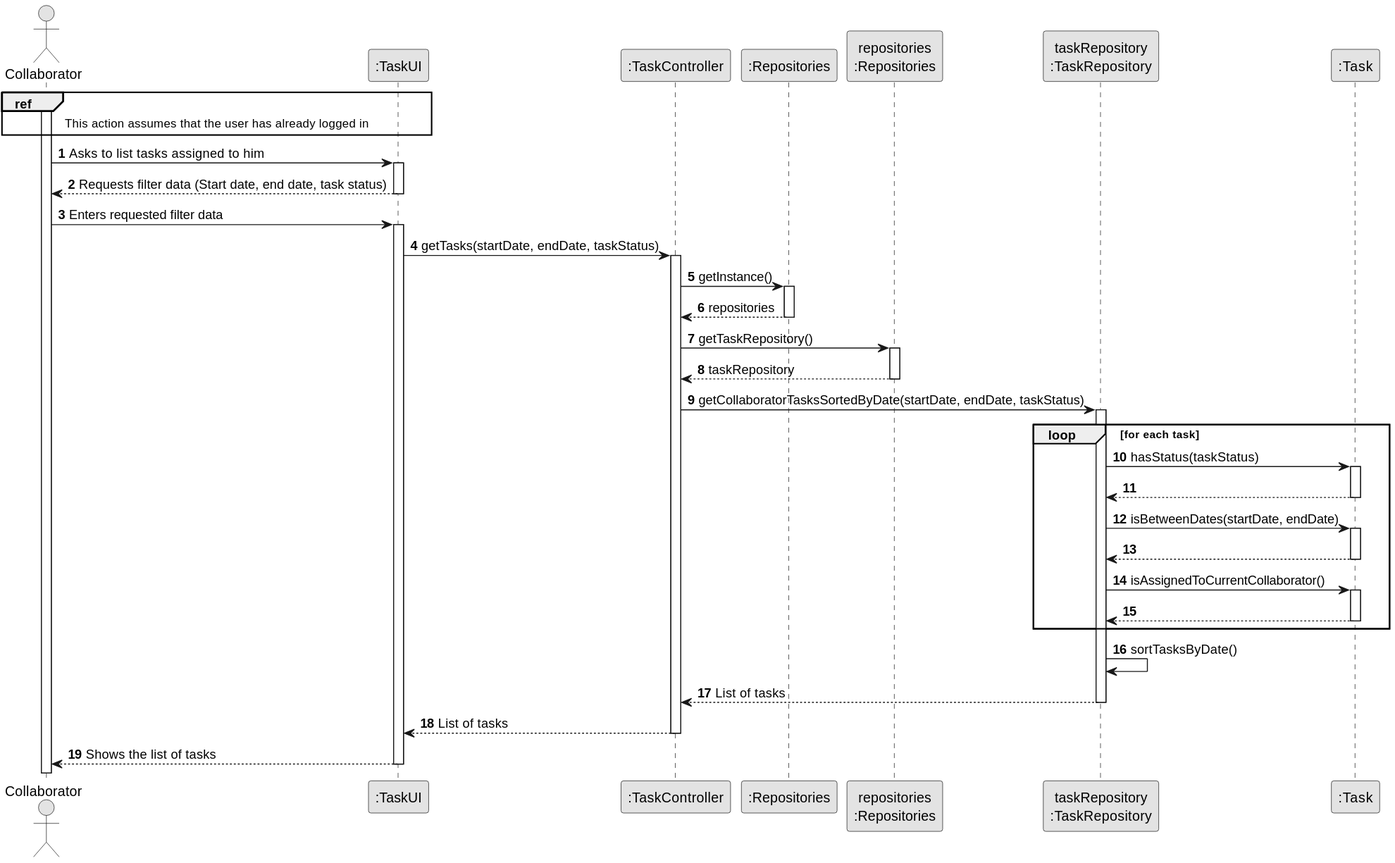
Before: docs/sprintC/US028/03.design/svg/us028-sequence-diagram-full.svg, a diagram exported from PlantUML (LopemigueISEP/lei-24-s2-1nb-g312). Its diagram source:
```plantuml
@startuml
skinparam monochrome true
skinparam packageStyle rectangle
skinparam shadowing false

autonumber

actor "Collaborator" as ACTOR
participant ":TaskUI" as UI
participant ":TaskController" as CTRL
participant ":Repositories" as REPOS_Singleton
participant "repositories\n:Repositories" as REPOS_Instance
participant "taskRepository\n:TaskRepository" as TASK_REPO
participant ":Task" as TASK

activate ACTOR

ref over ACTOR, UI: This action assumes that the user has already logged in

ACTOR -> UI: Asks to list tasks assigned to him
activate UI
UI --> ACTOR: Requests filter data (Start date, end date, task status)
deactivate UI

ACTOR -> UI: Enters requested filter data
activate UI

    UI -> CTRL: getTasks(startDate, endDate, taskStatus)
    activate CTRL

        CTRL -> REPOS_Singleton: getInstance()
        activate REPOS_Singleton
        REPOS_Singleton --> CTRL: repositories
        deactivate REPOS_Singleton

        CTRL -> REPOS_Instance: getTaskRepository()
        activate REPOS_Instance
        REPOS_Instance --> CTRL: taskRepository
        deactivate REPOS_Instance

        CTRL -> TASK_REPO: getCollaboratorTasksSortedByDate(startDate, endDate, taskStatus)
        activate TASK_REPO

            loop for each task
                TASK_REPO -> TASK: hasStatus(taskStatus)
                activate TASK
                TASK --> TASK_REPO
                deactivate TASK

                TASK_REPO -> TASK: isBetweenDates(startDate, endDate)
                activate TASK
                TASK --> TASK_REPO
                deactivate TASK

                TASK_REPO -> TASK: isAssignedToCurrentCollaborator()
                activate TASK
                TASK --> TASK_REPO
                deactivate TASK
            end loop

            TASK_REPO -> TASK_REPO: sortTasksByDate()

        TASK_REPO --> CTRL: List of tasks
        deactivate TASK_REPO

    CTRL --> UI: List of tasks
    deactivate CTRL

UI --> ACTOR: Shows the list of tasks
deactivate UI
@enduml
```
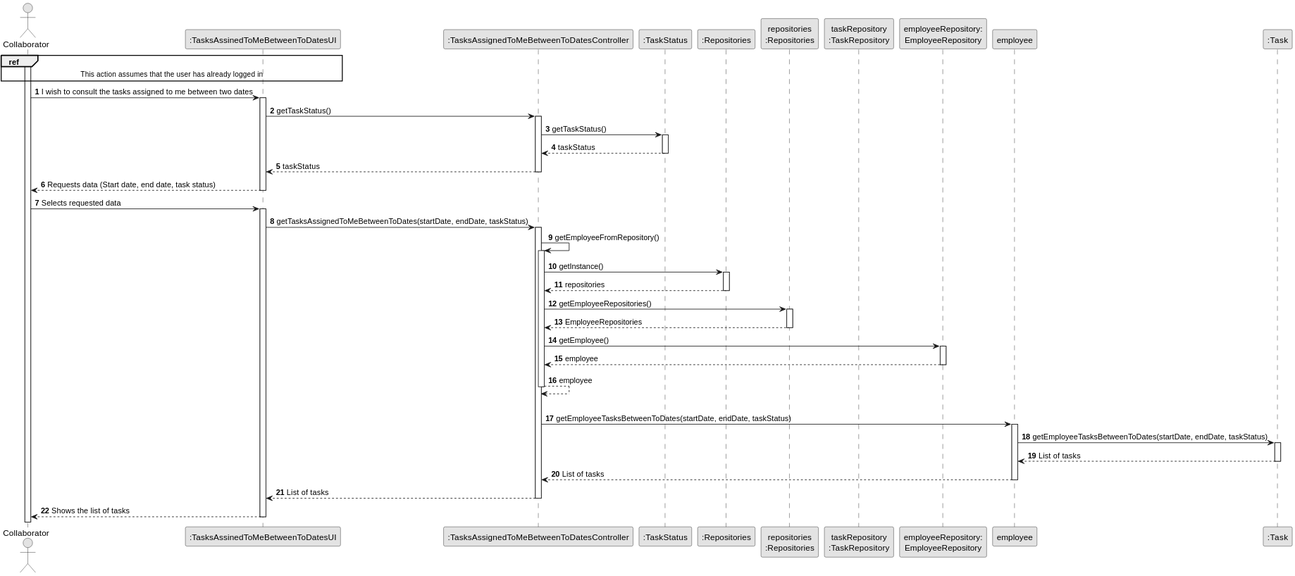
After the commit.

The edit, as a diff of the source:
```diff
@@ -6,62 +6,93 @@
 autonumber
 
 actor "Collaborator" as ACTOR
-participant ":TaskUI" as UI
-participant ":TaskController" as CTRL
-participant ":Repositories" as REPOS_Singleton
-participant "repositories\n:Repositories" as REPOS_Instance
-participant "taskRepository\n:TaskRepository" as TASK_REPO
+participant ":TasksAssinedToMeBetweenToDatesUI" as UI
+participant ":TasksAssignedToMeBetweenToDatesController" as CTRL
+participant ":TaskStatus" as taskStatus
+participant ":Repositories" as RepositorySingleton
+participant "repositories\n:Repositories" as PLAT
+
+participant "taskRepository\n:TaskRepository" as TaskRepository
+
+participant "employeeRepository:\nEmployeeRepository" as EmployeeRepository
+participant "employee" as employee
 participant ":Task" as TASK
 
 activate ACTOR
 
 ref over ACTOR, UI: This action assumes that the user has already logged in
 
-ACTOR -> UI: Asks to list tasks assigned to him
+ACTOR -> UI: I wish to consult the tasks assigned to me between two dates
+
 activate UI
-UI --> ACTOR: Requests filter data (Start date, end date, task status)
+
+UI -> CTRL:getTaskStatus()
+    activate CTRL
+        CTRL -> taskStatus: getTaskStatus()
+        activate taskStatus
+
+        taskStatus-->CTRL: taskStatus
+        deactivate taskStatus
+    CTRL-->UI: taskStatus
+    deactivate CTRL
+
+UI --> ACTOR: Requests data (Start date, end date, task status)
 deactivate UI
 
-ACTOR -> UI: Enters requested filter data
+ACTOR -> UI: Selects requested data
 activate UI
 
-    UI -> CTRL: getTasks(startDate, endDate, taskStatus)
-    activate CTRL
+    UI -> CTRL: getTasksAssignedToMeBetweenToDates(startDate, endDate, taskStatus)
 
-        CTRL -> REPOS_Singleton: getInstance()
-        activate REPOS_Singleton
-        REPOS_Singleton --> CTRL: repositories
-        deactivate REPOS_Singleton
 
-        CTRL -> REPOS_Instance: getTaskRepository()
-        activate REPOS_Instance
-        REPOS_Instance --> CTRL: taskRepository
-        deactivate REPOS_Instance
+        activate CTRL
+        CTRL->CTRL: getEmployeeFromRepository()
+                        activate CTRL
+                        CTRL -> RepositorySingleton : getInstance()
+                        activate RepositorySingleton
 
-        CTRL -> TASK_REPO: getCollaboratorTasksSortedByDate(startDate, endDate, taskStatus)
-        activate TASK_REPO
+                        RepositorySingleton --> CTRL : repositories
+                        deactivate RepositorySingleton
 
-            loop for each task
-                TASK_REPO -> TASK: hasStatus(taskStatus)
+                        CTRL -> PLAT : getEmployeeRepositories()
+                        activate PLAT
+
+
+                        PLAT --> CTRL : EmployeeRepositories
+                        deactivate PLAT
+
+
+                        CTRL -> EmployeeRepository: getEmployee()
+                        activate EmployeeRepository
+                        EmployeeRepository -->CTRL: employee
+                        deactivate EmployeeRepository
+
+                    CTRL-->CTRL: employee
+                    deactivate CTRL
+
+                    |||
+
+
+
+
+
+
+
+
+
+
+        CTRL -> employee: getEmployeeTasksBetweenToDates(startDate, endDate, taskStatus)
+        activate employee
+
+
+               employee->TASK: getEmployeeTasksBetweenToDates(startDate, endDate, taskStatus)
                 activate TASK
-                TASK --> TASK_REPO
+                TASK --> employee: List of tasks
                 deactivate TASK
 
-                TASK_REPO -> TASK: isBetweenDates(startDate, endDate)
-                activate TASK
-                TASK --> TASK_REPO
-                deactivate TASK
 
-                TASK_REPO -> TASK: isAssignedToCurrentCollaborator()
-                activate TASK
-                TASK --> TASK_REPO
-                deactivate TASK
-            end loop
-
-            TASK_REPO -> TASK_REPO: sortTasksByDate()
-
-        TASK_REPO --> CTRL: List of tasks
-        deactivate TASK_REPO
+        employee --> CTRL: List of tasks
+        deactivate employee
 
     CTRL --> UI: List of tasks
     deactivate CTRL
```
